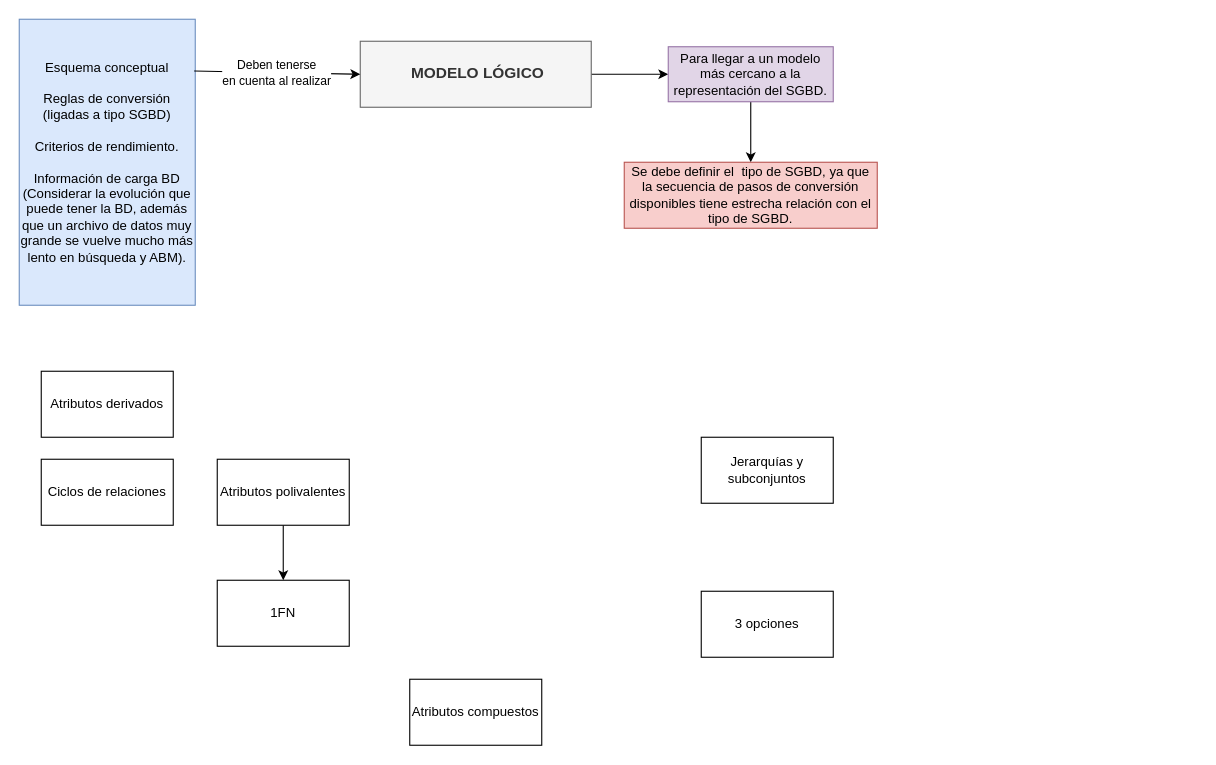
The draw.io diagram page "Modelo lógico" (4 of 4) of Diagrama-resumen.drawio in senras/DBD, before the edit. Source tidied: cells renumbered, new cells numbered last; positions are measured from the earlier drawing's top-left corner, leaving out a move shared by most shapes. Both pictures are drawn from the tidied source at 110%, with x=0, y=0 at pixel (19, 19).
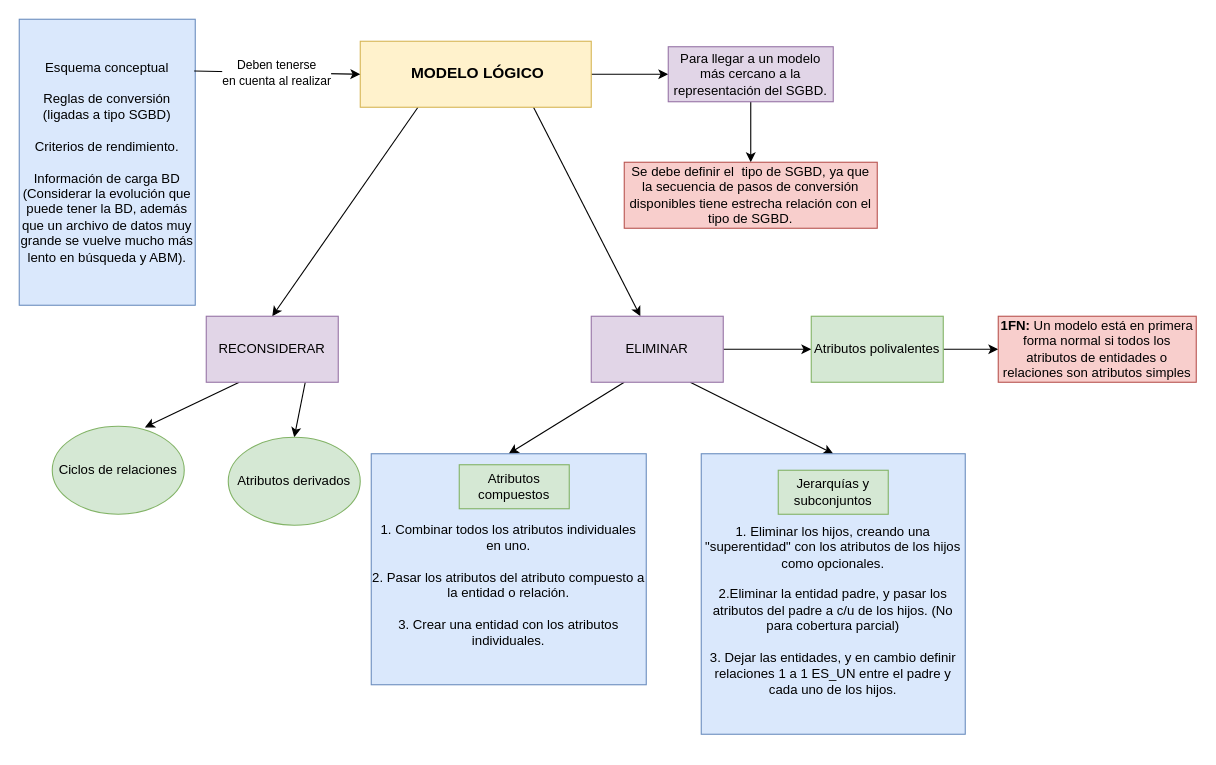
After the change.

What changed in the source:
```diff
@@
+    <mxCell id="17" style="rounded=0;jettySize=auto;html=1;exitX=0.75;exitY=1;exitDx=0;exitDy=0;" parent="1" edge="1" source="3" target="23">
+      <mxGeometry relative="1" as="geometry" />
+    </mxCell>
+    <mxCell id="18" style="edgeStyle=none;rounded=0;jettySize=auto;html=1;exitX=0.25;exitY=1;exitDx=0;exitDy=0;entryX=0.5;entryY=0;entryDx=0;entryDy=0;" parent="1" edge="1" source="3" target="26">
+      <mxGeometry relative="1" as="geometry" />
+    </mxCell>
-    <mxCell id="3" value="&lt;h3&gt;&amp;nbsp;MODELO LÓGICO&lt;/h3&gt;" style="text;whiteSpace=wrap;html=1;align=center;fillColor=#f5f5f5;fontColor=#333333;strokeColor=#666666;" parent="1" vertex="1">
+    <mxCell id="3" value="&lt;h3&gt;&amp;nbsp;MODELO LÓGICO&lt;/h3&gt;" style="text;whiteSpace=wrap;html=1;align=center;fillColor=#fff2cc;strokeColor=#d6b656;" parent="1" vertex="1">
       <mxGeometry x="310" y="20" width="210" height="60" as="geometry" />
     </mxCell>
@@
+    <mxCell id="19" style="edgeStyle=none;rounded=0;jettySize=auto;html=1;exitX=1;exitY=0.5;exitDx=0;exitDy=0;entryX=0;entryY=0.5;entryDx=0;entryDy=0;" parent="1" edge="1" source="12" target="27">
+      <mxGeometry relative="1" as="geometry" />
+    </mxCell>
+    <mxCell id="12" value="Atributos polivalentes" style="rounded=0;whiteSpace=wrap;html=1;fillColor=#d5e8d4;strokeColor=#82b366;" parent="1" vertex="1">
+      <mxGeometry x="720" y="270" width="120" height="60" as="geometry" />
+    </mxCell>
+    <mxCell id="20" style="edgeStyle=none;rounded=0;jettySize=auto;html=1;exitX=0.25;exitY=1;exitDx=0;exitDy=0;entryX=0.5;entryY=0;entryDx=0;entryDy=0;" parent="1" edge="1" source="23" target="29">
+      <mxGeometry relative="1" as="geometry" />
+    </mxCell>
+    <mxCell id="21" style="edgeStyle=none;rounded=0;jettySize=auto;html=1;exitX=0.75;exitY=1;exitDx=0;exitDy=0;entryX=0.5;entryY=0;entryDx=0;entryDy=0;" parent="1" edge="1" source="23" target="28">
+      <mxGeometry relative="1" as="geometry" />
+    </mxCell>
+    <mxCell id="22" style="edgeStyle=none;rounded=0;jettySize=auto;html=1;exitX=1;exitY=0.5;exitDx=0;exitDy=0;entryX=0;entryY=0.5;entryDx=0;entryDy=0;" parent="1" edge="1" source="23" target="12">
+      <mxGeometry relative="1" as="geometry" />
+    </mxCell>
+    <mxCell id="23" value="ELIMINAR" style="rounded=0;whiteSpace=wrap;html=1;fillColor=#e1d5e7;strokeColor=#9673a6;" parent="1" vertex="1">
+      <mxGeometry x="520" y="270" width="120" height="60" as="geometry" />
+    </mxCell>
+    <mxCell id="24" style="edgeStyle=none;rounded=0;jettySize=auto;html=1;exitX=0.25;exitY=1;exitDx=0;exitDy=0;entryX=0.702;entryY=0.013;entryDx=0;entryDy=0;entryPerimeter=0;" parent="1" edge="1" source="26" target="10">
+      <mxGeometry relative="1" as="geometry" />
+    </mxCell>
+    <mxCell id="25" style="edgeStyle=none;rounded=0;jettySize=auto;html=1;exitX=0.75;exitY=1;exitDx=0;exitDy=0;entryX=0.5;entryY=0;entryDx=0;entryDy=0;" parent="1" edge="1" source="26" target="9">
+      <mxGeometry relative="1" as="geometry" />
+    </mxCell>
+    <mxCell id="26" value="RECONSIDERAR" style="rounded=0;whiteSpace=wrap;html=1;fillColor=#e1d5e7;strokeColor=#9673a6;" parent="1" vertex="1">
+      <mxGeometry x="170" y="270" width="120" height="60" as="geometry" />
+    </mxCell>
+    <mxCell id="10" value="Ciclos de relaciones" style="ellipse;whiteSpace=wrap;html=1;fillColor=#d5e8d4;strokeColor=#82b366;" parent="1" vertex="1">
+      <mxGeometry x="30" y="370" width="120" height="80" as="geometry" />
+    </mxCell>
-    <mxCell id="9" value="Atributos derivados" style="rounded=0;whiteSpace=wrap;html=1;" parent="1" vertex="1">
-      <mxGeometry x="20" y="320" width="120" height="60" as="geometry" />
+    <mxCell id="9" value="&lt;span&gt;Atributos derivados&lt;/span&gt;" style="ellipse;whiteSpace=wrap;html=1;fillColor=#d5e8d4;strokeColor=#82b366;" parent="1" vertex="1">
+      <mxGeometry x="190" y="380" width="120" height="80" as="geometry" />
     </mxCell>
-    <mxCell id="10" value="Ciclos de relaciones" style="rounded=0;whiteSpace=wrap;html=1;" parent="1" vertex="1">
-      <mxGeometry x="20" y="400" width="120" height="60" as="geometry" />
-    </mxCell>
-    <mxCell id="11" style="edgeStyle=orthogonalEdgeStyle;rounded=0;jettySize=auto;html=1;exitX=0.5;exitY=1;exitDx=0;exitDy=0;entryX=0.5;entryY=0;entryDx=0;entryDy=0;" parent="1" edge="1" source="12" target="15">
-      <mxGeometry relative="1" as="geometry" />
-    </mxCell>
-    <mxCell id="12" value="Atributos polivalentes" style="rounded=0;whiteSpace=wrap;html=1;" parent="1" vertex="1">
-      <mxGeometry x="180" y="400" width="120" height="60" as="geometry" />
-    </mxCell>
+    <mxCell id="27" value="&lt;b&gt;1FN:&lt;/b&gt; Un modelo está en primera forma normal si todos los atributos de entidades o relaciones son atributos simples" style="text;html=1;strokeColor=#b85450;fillColor=#f8cecc;align=center;verticalAlign=middle;whiteSpace=wrap;rounded=0;" parent="1" vertex="1">
+      <mxGeometry x="890" y="270" width="180" height="60" as="geometry" />
+    </mxCell>
+    <mxCell id="28" value="&lt;br&gt;&lt;br&gt;1. Eliminar los hijos, creando una &quot;superentidad&quot; con los atributos de los hijos como opcionales.&lt;br&gt;&lt;br&gt;2.Eliminar la entidad padre, y pasar los atributos del padre a c/u de los hijos. (No para cobertura parcial)&lt;br&gt;&lt;br&gt;3. Dejar las entidades, y en cambio definir relaciones 1 a 1 ES_UN entre el padre y cada uno de los hijos." style="rounded=0;whiteSpace=wrap;html=1;fillColor=#dae8fc;strokeColor=#6c8ebf;" parent="1" vertex="1">
+      <mxGeometry x="620" y="395" width="240" height="255" as="geometry" />
+    </mxCell>
+    <mxCell id="29" value="&lt;br&gt;&lt;br&gt;&lt;div&gt;&lt;span&gt;1. Combinar todos los atributos individuales en uno.&lt;/span&gt;&lt;/div&gt;&lt;div&gt;&lt;br&gt;&lt;/div&gt;&lt;span&gt;&lt;div&gt;&lt;span&gt;2. Pasar los atributos del atributo compuesto a la entidad o relación.&lt;/span&gt;&lt;/div&gt;&lt;/span&gt;&lt;div&gt;&lt;br&gt;&lt;/div&gt;&lt;span&gt;&lt;div&gt;&lt;span&gt;3. Crear una entidad con los atributos individuales.&lt;/span&gt;&lt;/div&gt;&lt;/span&gt;" style="rounded=0;whiteSpace=wrap;html=1;align=center;fillColor=#dae8fc;strokeColor=#6c8ebf;" parent="1" vertex="1">
+      <mxGeometry x="320" y="395" width="250" height="210" as="geometry" />
+    </mxCell>
-    <mxCell id="13" value="Atributos compuestos" style="rounded=0;whiteSpace=wrap;html=1;" parent="1" vertex="1">
-      <mxGeometry x="355" y="600" width="120" height="60" as="geometry" />
+    <mxCell id="13" value="Atributos compuestos" style="rounded=0;whiteSpace=wrap;html=1;fillColor=#d5e8d4;strokeColor=#82b366;" parent="1" vertex="1">
+      <mxGeometry x="400" y="405" width="100" height="40" as="geometry" />
     </mxCell>
-    <mxCell id="14" value="Jerarquías y subconjuntos" style="rounded=0;whiteSpace=wrap;html=1;" parent="1" vertex="1">
-      <mxGeometry x="620" y="380" width="120" height="60" as="geometry" />
+    <mxCell id="14" value="Jerarquías y subconjuntos" style="rounded=0;whiteSpace=wrap;html=1;fillColor=#d5e8d4;strokeColor=#82b366;" parent="1" vertex="1">
+      <mxGeometry x="690" y="410" width="100" height="40" as="geometry" />
     </mxCell>
-    <mxCell id="15" value="1FN" style="rounded=0;whiteSpace=wrap;html=1;" parent="1" vertex="1">
-      <mxGeometry x="180" y="510" width="120" height="60" as="geometry" />
-    </mxCell>
-    <mxCell id="16" value="3 opciones" style="rounded=0;whiteSpace=wrap;html=1;" parent="1" vertex="1">
-      <mxGeometry x="620" y="520" width="120" height="60" as="geometry" />
-    </mxCell>
```
